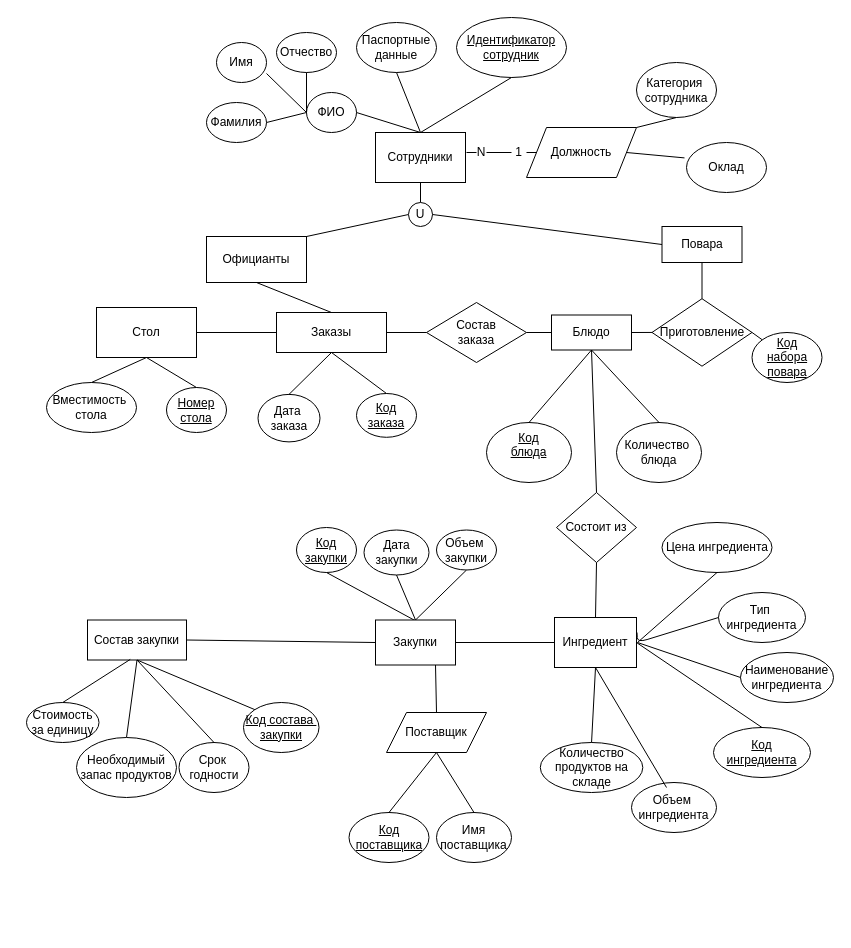
Earlier version of the draw.io diagram page "Page-1" (1 of 2) of Untitled Diagram.drawio (rarexe/cs102). Source tidied: cells renumbered, new cells numbered last; positions are measured from the earlier drawing's top-left corner, leaving out a move shared by most shapes. Both pictures are drawn from the tidied source at 100%, with x=0, y=0 at pixel (26, 17).
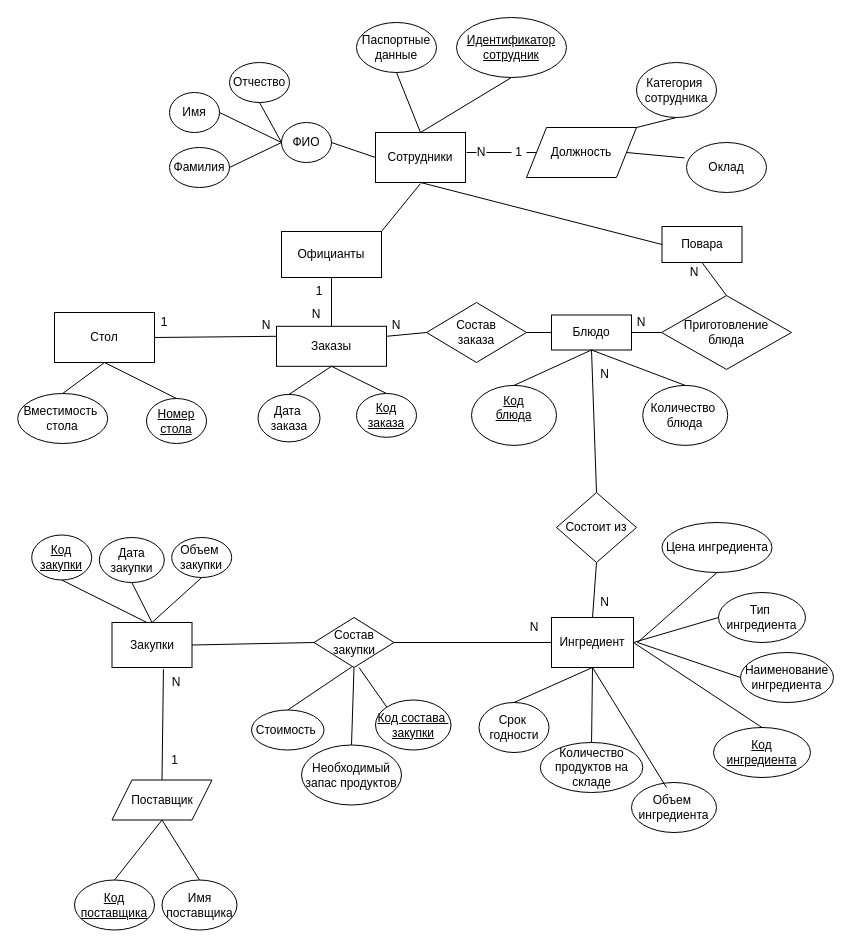
After the change.

Unchanged cells that the change refers to:
```xml
<mxCell id="2" value="Сотрудники" style="rounded=0;whiteSpace=wrap;html=1;" parent="1" vertex="1">
  <mxGeometry x="349" y="115" width="90" height="50" as="geometry" />
</mxCell>
<mxCell id="40" value="Состав&lt;br&gt;заказа" style="rhombus;whiteSpace=wrap;html=1;" parent="1" vertex="1">
  <mxGeometry x="400" y="285" width="100" height="60" as="geometry" />
</mxCell>
<mxCell id="43" value="Повара" style="rounded=0;whiteSpace=wrap;html=1;" parent="1" vertex="1">
  <mxGeometry x="635.5" y="209" width="80" height="36" as="geometry" />
</mxCell>
<mxCell id="62" value="Тип&amp;nbsp;&lt;br&gt;ингредиента" style="ellipse;whiteSpace=wrap;html=1;" parent="1" vertex="1">
  <mxGeometry x="692" y="575" width="87" height="50" as="geometry" />
</mxCell>
```

The edit, as a diff of the source:
```diff
@@
     <mxCell id="3" value="ФИО" style="ellipse;whiteSpace=wrap;html=1;" parent="1" vertex="1">
-      <mxGeometry x="280" y="75" width="50" height="40" as="geometry" />
+      <mxGeometry x="255" y="105" width="50" height="40" as="geometry" />
     </mxCell>
     <mxCell id="4" value="Отчество" style="ellipse;whiteSpace=wrap;html=1;" parent="1" vertex="1">
-      <mxGeometry x="250" y="15" width="60" height="40" as="geometry" />
+      <mxGeometry x="203" y="45" width="60" height="40" as="geometry" />
     </mxCell>
     <mxCell id="5" value="Имя" style="ellipse;whiteSpace=wrap;html=1;" parent="1" vertex="1">
-      <mxGeometry x="190" y="25" width="50" height="40" as="geometry" />
+      <mxGeometry x="143" y="75" width="50" height="40" as="geometry" />
     </mxCell>
     <mxCell id="6" value="Фамилия" style="ellipse;whiteSpace=wrap;html=1;" parent="1" vertex="1">
-      <mxGeometry x="180" y="85" width="60" height="40" as="geometry" />
+      <mxGeometry x="143" y="130" width="60" height="40" as="geometry" />
     </mxCell>
-    <mxCell id="7" style="endArrow=none;html=1;exitX=1;exitY=0.5;exitDx=0;exitDy=0;entryX=0.5;entryY=0;entryDx=0;entryDy=0;" parent="1" edge="1" source="3" target="2">
+    <mxCell id="7" style="endArrow=none;html=1;exitX=1;exitY=0.5;exitDx=0;exitDy=0;entryX=0;entryY=0.5;entryDx=0;entryDy=0;" parent="1" edge="1" source="3" target="2">
       <mxGeometry relative="1" as="geometry" />
     </mxCell>
@@
-    <mxCell id="9" style="endArrow=none;html=1;entryX=0;entryY=0.5;entryDx=0;entryDy=0;" parent="1" edge="1" target="3">
-      <mxGeometry relative="1" as="geometry">
-        <mxPoint x="240" y="56" as="sourcePoint" />
-      </mxGeometry>
+    <mxCell id="9" style="endArrow=none;html=1;entryX=0;entryY=0.5;entryDx=0;entryDy=0;exitX=1;exitY=0.5;exitDx=0;exitDy=0;" parent="1" edge="1" source="5" target="3">
+      <mxGeometry relative="1" as="geometry" />
     </mxCell>
@@
-    <mxCell id="25" style="endArrow=none;html=1;entryX=0.5;entryY=1;entryDx=0;entryDy=0;" parent="1" edge="1" source="42" target="2">
-      <mxGeometry relative="1" as="geometry" />
-    </mxCell>
     <mxCell id="26" value="Официанты" style="rounded=0;whiteSpace=wrap;html=1;" parent="1" vertex="1">
-      <mxGeometry x="180" y="219" width="100" height="46" as="geometry" />
+      <mxGeometry x="255" y="214" width="100" height="46" as="geometry" />
     </mxCell>
-    <mxCell id="27" style="endArrow=none;html=1;exitX=1;exitY=0;exitDx=0;exitDy=0;entryX=0;entryY=0.5;entryDx=0;entryDy=0;" parent="1" edge="1" source="26" target="42">
-      <mxGeometry relative="1" as="geometry" />
+    <mxCell id="27" style="endArrow=none;html=1;exitX=1;exitY=0;exitDx=0;exitDy=0;" parent="1" edge="1" source="26">
+      <mxGeometry relative="1" as="geometry">
+        <mxPoint x="394" y="166" as="targetPoint" />
+      </mxGeometry>
     </mxCell>
     <mxCell id="28" value="Заказы" style="rounded=0;whiteSpace=wrap;html=1;" parent="1" vertex="1">
-      <mxGeometry x="250" y="295" width="110" height="40" as="geometry" />
+      <mxGeometry x="250" y="308.8" width="110" height="40" as="geometry" />
     </mxCell>
-    <mxCell id="29" style="endArrow=none;html=1;entryX=0.5;entryY=0;entryDx=0;entryDy=0;exitX=0.5;exitY=1;exitDx=0;exitDy=0;" parent="1" edge="1" source="26" target="28">
-      <mxGeometry relative="1" as="geometry" />
-    </mxCell>
     <mxCell id="30" value="Стол" style="rounded=0;whiteSpace=wrap;html=1;" parent="1" vertex="1">
-      <mxGeometry x="70" y="290" width="100" height="50" as="geometry" />
+      <mxGeometry x="28" y="295" width="100" height="50" as="geometry" />
     </mxCell>
-    <mxCell id="31" style="endArrow=none;html=1;entryX=0;entryY=0.5;entryDx=0;entryDy=0;exitX=1;exitY=0.5;exitDx=0;exitDy=0;" parent="1" edge="1" source="30" target="28">
-      <mxGeometry relative="1" as="geometry" />
-    </mxCell>
     <mxCell id="32" value="Вместимость&amp;nbsp;&lt;br&gt;стола" style="ellipse;whiteSpace=wrap;html=1;" parent="1" vertex="1">
-      <mxGeometry x="20" y="365" width="90" height="50" as="geometry" />
+      <mxGeometry x="-8.8" y="376" width="90" height="50" as="geometry" />
     </mxCell>
     <mxCell id="33" value="&lt;u&gt;Номер&lt;br&gt;стола&lt;/u&gt;" style="ellipse;whiteSpace=wrap;html=1;" parent="1" vertex="1">
-      <mxGeometry x="140" y="370" width="60" height="45" as="geometry" />
+      <mxGeometry x="120" y="381" width="60" height="45" as="geometry" />
     </mxCell>
@@
-    <mxCell id="41" style="endArrow=none;html=1;exitX=1;exitY=0.5;exitDx=0;exitDy=0;" parent="1" edge="1" source="28" target="40">
+    <mxCell id="41" style="endArrow=none;html=1;exitX=1;exitY=0.25;exitDx=0;exitDy=0;entryX=0;entryY=0.5;entryDx=0;entryDy=0;" parent="1" edge="1" source="28" target="40">
       <mxGeometry relative="1" as="geometry" />
     </mxCell>
-    <mxCell id="42" value="U" style="ellipse;whiteSpace=wrap;html=1;" parent="1" vertex="1">
-      <mxGeometry x="382" y="185" width="24" height="24" as="geometry" />
-    </mxCell>
@@
-    <mxCell id="44" style="endArrow=none;html=1;entryX=0;entryY=0.5;entryDx=0;entryDy=0;exitX=1;exitY=0.5;exitDx=0;exitDy=0;" parent="1" edge="1" source="42" target="43">
-      <mxGeometry relative="1" as="geometry" />
+    <mxCell id="44" style="endArrow=none;html=1;entryX=0;entryY=0.5;entryDx=0;entryDy=0;" parent="1" edge="1" target="43">
+      <mxGeometry relative="1" as="geometry">
+        <mxPoint x="394" y="165" as="sourcePoint" />
+      </mxGeometry>
     </mxCell>
-    <mxCell id="45" value="Приготовление" style="rhombus;whiteSpace=wrap;html=1;" parent="1" vertex="1">
-      <mxGeometry x="625.5" y="281.2" width="100" height="67.5" as="geometry" />
+    <mxCell id="45" value="Приготовление&lt;br&gt;блюда" style="rhombus;whiteSpace=wrap;html=1;" parent="1" vertex="1">
+      <mxGeometry x="635" y="278.1" width="130" height="73.8" as="geometry" />
     </mxCell>
-    <mxCell id="46" value="&lt;u&gt;Код&lt;br&gt;набора&lt;br&gt;повара&lt;br&gt;&lt;/u&gt;" style="ellipse;whiteSpace=wrap;html=1;" parent="1" vertex="1">
-      <mxGeometry x="725.5" y="315" width="70" height="50" as="geometry" />
-    </mxCell>
-    <mxCell id="47" style="endArrow=none;html=1;entryX=0;entryY=0;entryDx=0;entryDy=0;exitX=1;exitY=0.5;exitDx=0;exitDy=0;" parent="1" edge="1" source="45" target="46">
-      <mxGeometry relative="1" as="geometry" />
-    </mxCell>
@@
     <mxCell id="54" value="Количество&amp;nbsp;&lt;br&gt;блюда" style="ellipse;whiteSpace=wrap;html=1;" parent="1" vertex="1">
-      <mxGeometry x="590" y="405" width="85" height="60" as="geometry" />
+      <mxGeometry x="616.2" y="367.9" width="85" height="60" as="geometry" />
     </mxCell>
     <mxCell id="55" value="&lt;u&gt;Код&lt;br&gt;блюда&lt;br&gt;&lt;br&gt;&lt;/u&gt;" style="ellipse;whiteSpace=wrap;html=1;" parent="1" vertex="1">
-      <mxGeometry x="460" y="405" width="85" height="60" as="geometry" />
+      <mxGeometry x="445" y="367.9" width="85" height="60" as="geometry" />
     </mxCell>
@@
     <mxCell id="58" value="Ингредиент" style="rounded=0;whiteSpace=wrap;html=1;" parent="1" vertex="1">
-      <mxGeometry x="528" y="600" width="82" height="50" as="geometry" />
+      <mxGeometry x="525" y="600" width="82" height="50" as="geometry" />
     </mxCell>
@@
-    <mxCell id="66" style="endArrow=none;html=1;entryX=0;entryY=0.5;entryDx=0;entryDy=0;exitX=1;exitY=0.5;exitDx=0;exitDy=0;" parent="1" edge="1" target="62">
-      <mxGeometry relative="1" as="geometry">
-        <mxPoint x="610.5" y="615" as="sourcePoint" />
-        <Array as="points">
-          <mxPoint x="611" y="625" />
-        </Array>
-      </mxGeometry>
-    </mxCell>
@@
-    <mxCell id="70" value="Состав закупки" style="rounded=0;whiteSpace=wrap;html=1;" parent="1" vertex="1">
-      <mxGeometry x="61" y="602.5" width="99" height="40" as="geometry" />
-    </mxCell>
-    <mxCell id="71" style="endArrow=none;html=1;exitX=1;exitY=0.5;exitDx=0;exitDy=0;entryX=0;entryY=0.5;entryDx=0;entryDy=0;" parent="1" edge="1" source="91" target="58">
-      <mxGeometry relative="1" as="geometry" />
-    </mxCell>
     <mxCell id="72" value="&lt;u&gt;Код состава&amp;nbsp;&lt;br&gt;закупки&lt;/u&gt;" style="ellipse;whiteSpace=wrap;html=1;" parent="1" vertex="1">
-      <mxGeometry x="217" y="685" width="75.5" height="50" as="geometry" />
+      <mxGeometry x="349" y="682.5" width="75.5" height="50" as="geometry" />
     </mxCell>
     <mxCell id="73" value="Срок&amp;nbsp;&lt;br&gt;годности" style="ellipse;whiteSpace=wrap;html=1;" parent="1" vertex="1">
-      <mxGeometry x="152.5" y="725" width="70" height="50" as="geometry" />
+      <mxGeometry x="452.5" y="685" width="70" height="50" as="geometry" />
     </mxCell>
-    <mxCell id="74" value="Стоимость за единицу" style="ellipse;whiteSpace=wrap;html=1;" parent="1" vertex="1">
-      <mxGeometry y="685" width="72.5" height="40" as="geometry" />
+    <mxCell id="74" value="Стоимость&amp;nbsp;" style="ellipse;whiteSpace=wrap;html=1;" parent="1" vertex="1">
+      <mxGeometry x="225" y="692.5" width="72.5" height="40" as="geometry" />
     </mxCell>
-    <mxCell id="75" style="endArrow=none;html=1;exitX=0.5;exitY=0;exitDx=0;exitDy=0;entryX=0.432;entryY=0.985;entryDx=0;entryDy=0;entryPerimeter=0;" parent="1" edge="1" source="74" target="70">
-      <mxGeometry relative="1" as="geometry" />
+    <mxCell id="75" style="endArrow=none;html=1;exitX=0.5;exitY=0;exitDx=0;exitDy=0;entryX=0.432;entryY=0.985;entryDx=0;entryDy=0;entryPerimeter=0;" parent="1" edge="1" source="74">
+      <mxGeometry relative="1" as="geometry">
+        <mxPoint x="325.4" y="649.3" as="targetPoint" />
+      </mxGeometry>
     </mxCell>
@@
-    <mxCell id="77" style="endArrow=none;html=1;exitX=0.5;exitY=0;exitDx=0;exitDy=0;entryX=0.5;entryY=1;entryDx=0;entryDy=0;" parent="1" edge="1" source="73" target="70">
+    <mxCell id="77" style="endArrow=none;html=1;exitX=0.5;exitY=0;exitDx=0;exitDy=0;entryX=0.5;entryY=1;entryDx=0;entryDy=0;" parent="1" edge="1" source="73" target="58">
       <mxGeometry relative="1" as="geometry" />
     </mxCell>
-    <mxCell id="78" style="endArrow=none;html=1;exitX=0;exitY=0;exitDx=0;exitDy=0;entryX=0.5;entryY=1;entryDx=0;entryDy=0;" parent="1" edge="1" source="72" target="70">
-      <mxGeometry relative="1" as="geometry" />
+    <mxCell id="78" style="endArrow=none;html=1;exitX=0;exitY=0;exitDx=0;exitDy=0;entryX=0.5;entryY=1;entryDx=0;entryDy=0;" parent="1" edge="1" source="72">
+      <mxGeometry relative="1" as="geometry">
+        <mxPoint x="332.5" y="650" as="targetPoint" />
+      </mxGeometry>
     </mxCell>
     <mxCell id="79" value="&lt;u&gt;Код&lt;br&gt;закупки&lt;/u&gt;" style="ellipse;whiteSpace=wrap;html=1;" parent="1" vertex="1">
-      <mxGeometry x="270" y="510" width="60" height="45" as="geometry" />
+      <mxGeometry x="5.2" y="517.5" width="60" height="45" as="geometry" />
     </mxCell>
     <mxCell id="80" value="Дата закупки" style="ellipse;whiteSpace=wrap;html=1;" parent="1" vertex="1">
-      <mxGeometry x="337.5" y="512.5" width="65" height="45" as="geometry" />
+      <mxGeometry x="72.8" y="520" width="65" height="45" as="geometry" />
     </mxCell>
@@
     <mxCell id="83" value="Поставщик" style="shape=parallelogram;perimeter=parallelogramPerimeter;whiteSpace=wrap;html=1;fixedSize=1;" parent="1" vertex="1">
-      <mxGeometry x="360" y="695" width="100" height="40" as="geometry" />
+      <mxGeometry x="85.5" y="762.5" width="100" height="40" as="geometry" />
     </mxCell>
-    <mxCell id="84" style="endArrow=none;html=1;exitX=0.5;exitY=0;exitDx=0;exitDy=0;entryX=0.75;entryY=1;entryDx=0;entryDy=0;" parent="1" edge="1" source="83" target="91">
+    <mxCell id="84" style="endArrow=none;html=1;exitX=0.5;exitY=0;exitDx=0;exitDy=0;entryX=0.643;entryY=1.038;entryDx=0;entryDy=0;entryPerimeter=0;" parent="1" edge="1" source="83" target="91">
       <mxGeometry relative="1" as="geometry" />
     </mxCell>
     <mxCell id="85" value="&lt;u&gt;&lt;span&gt;Код&lt;/span&gt;&lt;br&gt;&lt;span&gt;поставщика&lt;/span&gt;&lt;/u&gt;" style="ellipse;whiteSpace=wrap;html=1;" parent="1" vertex="1">
-      <mxGeometry x="322.5" y="795" width="80" height="50" as="geometry" />
+      <mxGeometry x="48" y="862.5" width="80" height="50" as="geometry" />
     </mxCell>
     <mxCell id="86" value="&lt;span&gt;Имя&lt;/span&gt;&lt;br&gt;&lt;span&gt;поставщика&lt;/span&gt;" style="ellipse;whiteSpace=wrap;html=1;" parent="1" vertex="1">
-      <mxGeometry x="410" y="795" width="75" height="50" as="geometry" />
+      <mxGeometry x="135.5" y="862.5" width="75" height="50" as="geometry" />
     </mxCell>
@@
     <mxCell id="89" value="Объем&amp;nbsp;&lt;br&gt;закупки" style="ellipse;whiteSpace=wrap;html=1;" parent="1" vertex="1">
-      <mxGeometry x="410" y="512.5" width="60" height="40" as="geometry" />
+      <mxGeometry x="145.2" y="520" width="60" height="40" as="geometry" />
     </mxCell>
@@
     <mxCell id="91" value="Закупки" style="rounded=0;whiteSpace=wrap;html=1;" parent="1" vertex="1">
-      <mxGeometry x="349" y="602.5" width="80" height="45" as="geometry" />
+      <mxGeometry x="85.5" y="605" width="80" height="45" as="geometry" />
     </mxCell>
-    <mxCell id="92" style="endArrow=none;html=1;exitX=1;exitY=0.5;exitDx=0;exitDy=0;entryX=0;entryY=0.5;entryDx=0;entryDy=0;" parent="1" edge="1" source="70" target="91">
-      <mxGeometry relative="1" as="geometry" />
-    </mxCell>
@@
     <mxCell id="94" value="Необходимый&lt;br&gt;запас продуктов" style="ellipse;whiteSpace=wrap;html=1;" parent="1" vertex="1">
-      <mxGeometry x="50" y="720" width="100" height="60" as="geometry" />
+      <mxGeometry x="275" y="727.5" width="100" height="60" as="geometry" />
     </mxCell>
@@
+    <mxCell id="96" style="endArrow=none;html=1;entryX=0;entryY=0.5;entryDx=0;entryDy=0;exitX=1;exitY=0.5;exitDx=0;exitDy=0;" parent="1" edge="1" source="91" target="70">
+      <mxGeometry relative="1" as="geometry" />
+    </mxCell>
+    <mxCell id="97" style="endArrow=none;html=1;entryX=0;entryY=0.5;entryDx=0;entryDy=0;exitX=1;exitY=0.5;exitDx=0;exitDy=0;" parent="1" edge="1" source="70" target="58">
+      <mxGeometry relative="1" as="geometry" />
+    </mxCell>
+    <mxCell id="98" value="N" style="text;html=1;strokeColor=none;fillColor=none;align=center;verticalAlign=middle;whiteSpace=wrap;rounded=0;" parent="1" vertex="1">
+      <mxGeometry x="659.5" y="250" width="15.5" height="10" as="geometry" />
+    </mxCell>
+    <mxCell id="99" value="N" style="text;html=1;strokeColor=none;fillColor=none;align=center;verticalAlign=middle;whiteSpace=wrap;rounded=0;" parent="1" vertex="1">
+      <mxGeometry x="607" y="295" width="16" height="20" as="geometry" />
+    </mxCell>
+    <mxCell id="100" style="endArrow=none;html=1;exitX=0.5;exitY=0;exitDx=0;exitDy=0;entryX=0.5;entryY=1;entryDx=0;entryDy=0;" parent="1" edge="1" source="28" target="26">
+      <mxGeometry relative="1" as="geometry" />
+    </mxCell>
+    <mxCell id="101" value="1" style="text;html=1;strokeColor=none;fillColor=none;align=center;verticalAlign=middle;whiteSpace=wrap;rounded=0;" parent="1" vertex="1">
+      <mxGeometry x="287.5" y="266.2" width="10" height="15" as="geometry" />
+    </mxCell>
+    <mxCell id="102" value="N" style="text;html=1;strokeColor=none;fillColor=none;align=center;verticalAlign=middle;whiteSpace=wrap;rounded=0;" parent="1" vertex="1">
+      <mxGeometry x="280" y="286.9" width="20" height="20" as="geometry" />
+    </mxCell>
+    <mxCell id="103" style="endArrow=none;html=1;entryX=0;entryY=0.5;entryDx=0;entryDy=0;exitX=1;exitY=0.5;exitDx=0;exitDy=0;" parent="1" edge="1" source="58" target="62">
+      <mxGeometry relative="1" as="geometry" />
+    </mxCell>
+    <mxCell id="104" value="N" style="text;html=1;strokeColor=none;fillColor=none;align=center;verticalAlign=middle;whiteSpace=wrap;rounded=0;" parent="1" vertex="1">
+      <mxGeometry x="497.5" y="600" width="20" height="20" as="geometry" />
+    </mxCell>
+    <mxCell id="105" value="N" style="text;html=1;strokeColor=none;fillColor=none;align=center;verticalAlign=middle;whiteSpace=wrap;rounded=0;" parent="1" vertex="1">
+      <mxGeometry x="145.2" y="655" width="10" height="20" as="geometry" />
+    </mxCell>
+    <mxCell id="106" value="1" style="text;html=1;strokeColor=none;fillColor=none;align=center;verticalAlign=middle;whiteSpace=wrap;rounded=0;" parent="1" vertex="1">
+      <mxGeometry x="140.8" y="732.5" width="14.5" height="20" as="geometry" />
+    </mxCell>
+    <mxCell id="31" style="endArrow=none;html=1;exitX=1;exitY=0.5;exitDx=0;exitDy=0;entryX=0;entryY=0.25;entryDx=0;entryDy=0;" parent="1" edge="1" source="30" target="28">
+      <mxGeometry relative="1" as="geometry" />
+    </mxCell>
+    <mxCell id="107" value="N" style="text;html=1;strokeColor=none;fillColor=none;align=center;verticalAlign=middle;whiteSpace=wrap;rounded=0;" parent="1" vertex="1">
+      <mxGeometry x="230" y="297.5" width="20" height="20" as="geometry" />
+    </mxCell>
+    <mxCell id="108" value="1" style="text;html=1;strokeColor=none;fillColor=none;align=center;verticalAlign=middle;whiteSpace=wrap;rounded=0;" parent="1" vertex="1">
+      <mxGeometry x="128" y="295" width="19.8" height="20" as="geometry" />
+    </mxCell>
+    <mxCell id="109" value="N" style="text;html=1;strokeColor=none;fillColor=none;align=center;verticalAlign=middle;whiteSpace=wrap;rounded=0;" parent="1" vertex="1">
+      <mxGeometry x="567" y="575" width="23" height="20" as="geometry" />
+    </mxCell>
+    <mxCell id="110" value="N" style="text;html=1;strokeColor=none;fillColor=none;align=center;verticalAlign=middle;whiteSpace=wrap;rounded=0;" parent="1" vertex="1">
+      <mxGeometry x="567" y="349.8" width="23" height="15.2" as="geometry" />
+    </mxCell>
+    <mxCell id="111" value="N" style="text;html=1;strokeColor=none;fillColor=none;align=center;verticalAlign=middle;whiteSpace=wrap;rounded=0;" parent="1" vertex="1">
+      <mxGeometry x="360" y="297.5" width="20" height="20" as="geometry" />
+    </mxCell>
+    <mxCell id="70" value="Состав&lt;br&gt;закупки" style="rhombus;whiteSpace=wrap;html=1;" parent="1" vertex="1">
+      <mxGeometry x="287.5" y="600" width="80" height="50" as="geometry" />
+    </mxCell>
```
